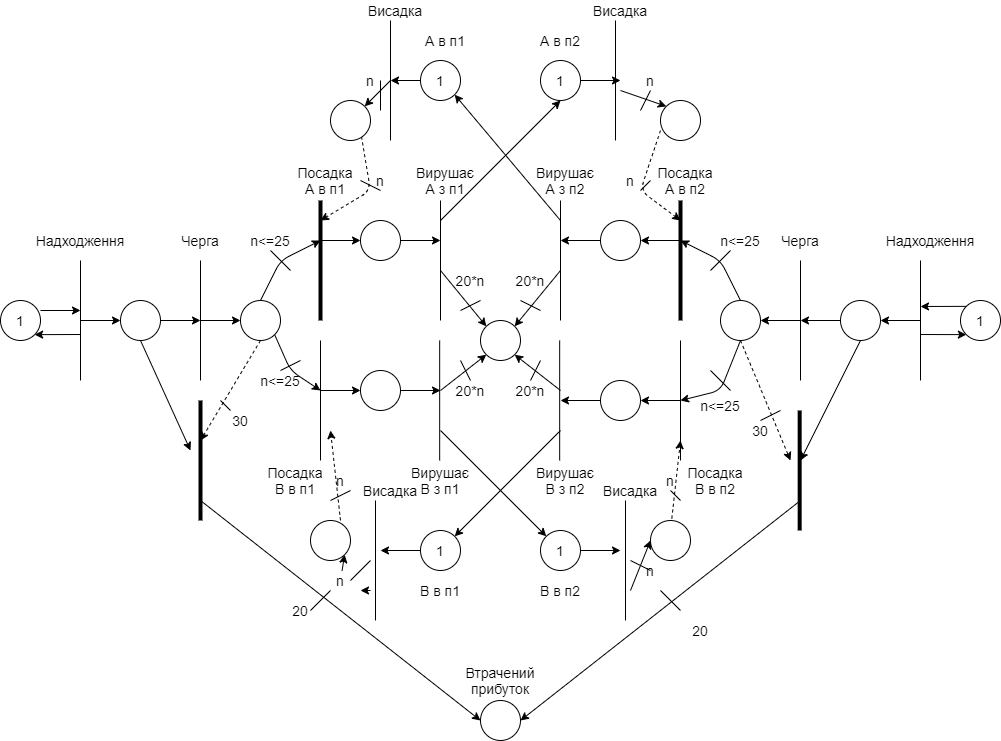
Earlier version of the draw.io export MSlab6/микроавтобусы.png (ojdmytruk/SystemModeling_sem7). Source tidied: cells renumbered, new cells last; positions are measured from the earlier drawing's top-left corner, leaving out a move shared by most shapes.
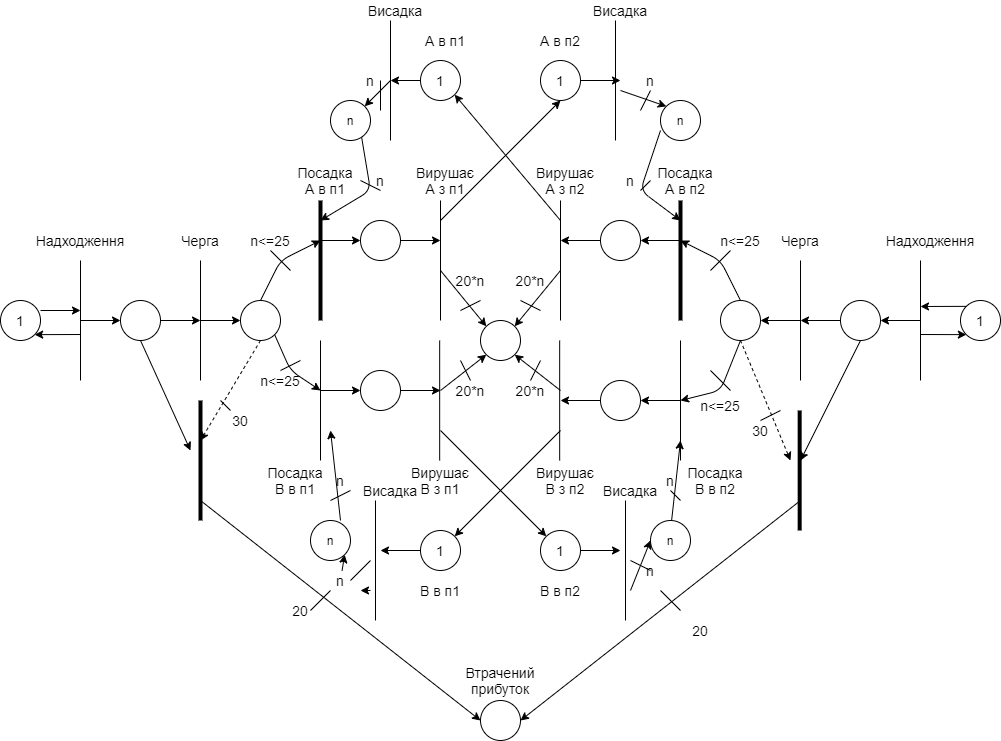
Later version of the same file.

What changed in the source:
```diff
@@ -535,7 +535,7 @@
         <mxPoint x="390" y="80" as="targetPoint" />
       </mxGeometry>
     </mxCell>
-    <mxCell id="118" style="endArrow=classic;html=1;strokeWidth=1;dashed=1;" parent="1" edge="1">
+    <mxCell id="118" style="endArrow=classic;html=1;strokeWidth=1;" parent="1" edge="1">
       <mxGeometry relative="1" as="geometry">
         <mxPoint x="360" y="130" as="sourcePoint" />
         <mxPoint x="320" y="220" as="targetPoint" />
@@ -549,7 +549,7 @@
         <mxPoint x="620" y="80" as="targetPoint" />
       </mxGeometry>
     </mxCell>
-    <mxCell id="120" style="endArrow=classic;html=1;strokeWidth=1;dashed=1;" parent="1" edge="1">
+    <mxCell id="120" style="endArrow=classic;html=1;strokeWidth=1;" parent="1" edge="1">
       <mxGeometry relative="1" as="geometry">
         <mxPoint x="660" y="130" as="sourcePoint" />
         <mxPoint x="680" y="220" as="targetPoint" />
@@ -563,7 +563,7 @@
         <mxPoint x="380" y="550" as="targetPoint" />
       </mxGeometry>
     </mxCell>
-    <mxCell id="122" style="endArrow=classic;html=1;strokeWidth=1;dashed=1;" parent="1" edge="1">
+    <mxCell id="122" style="endArrow=classic;html=1;strokeWidth=1;" parent="1" edge="1">
       <mxGeometry relative="1" as="geometry">
         <mxPoint x="340" y="520" as="sourcePoint" />
         <mxPoint x="330" y="430" as="targetPoint" />
@@ -574,22 +574,22 @@
         <mxPoint x="620" y="550" as="targetPoint" />
       </mxGeometry>
     </mxCell>
-    <mxCell id="124" style="endArrow=classic;html=1;strokeWidth=1;dashed=1;" parent="1" edge="1">
+    <mxCell id="124" style="endArrow=classic;html=1;strokeWidth=1;" parent="1" edge="1">
       <mxGeometry relative="1" as="geometry">
         <mxPoint x="670" y="530" as="sourcePoint" />
         <mxPoint x="680" y="440" as="targetPoint" />
       </mxGeometry>
     </mxCell>
-    <mxCell id="125" style="ellipse;whiteSpace=wrap;html=1;" parent="1" vertex="1">
+    <mxCell id="125" value="n" style="ellipse;whiteSpace=wrap;html=1;" parent="1" vertex="1">
       <mxGeometry x="660" y="100" width="40" height="40" as="geometry" />
     </mxCell>
-    <mxCell id="126" style="ellipse;whiteSpace=wrap;html=1;" parent="1" vertex="1">
+    <mxCell id="126" value="n" style="ellipse;whiteSpace=wrap;html=1;" parent="1" vertex="1">
       <mxGeometry x="330" y="100" width="40" height="40" as="geometry" />
     </mxCell>
-    <mxCell id="127" style="ellipse;whiteSpace=wrap;html=1;" parent="1" vertex="1">
+    <mxCell id="127" value="n" style="ellipse;whiteSpace=wrap;html=1;" parent="1" vertex="1">
       <mxGeometry x="310" y="520" width="40" height="40" as="geometry" />
     </mxCell>
-    <mxCell id="128" style="ellipse;whiteSpace=wrap;html=1;" parent="1" vertex="1">
+    <mxCell id="128" value="n" style="ellipse;whiteSpace=wrap;html=1;" parent="1" vertex="1">
       <mxGeometry x="650" y="520" width="40" height="40" as="geometry" />
     </mxCell>
     <mxCell id="129" style="endArrow=classic;html=1;strokeWidth=1;entryX=1;entryY=0;entryDx=0;entryDy=0;" parent="1" edge="1" target="126">
```
